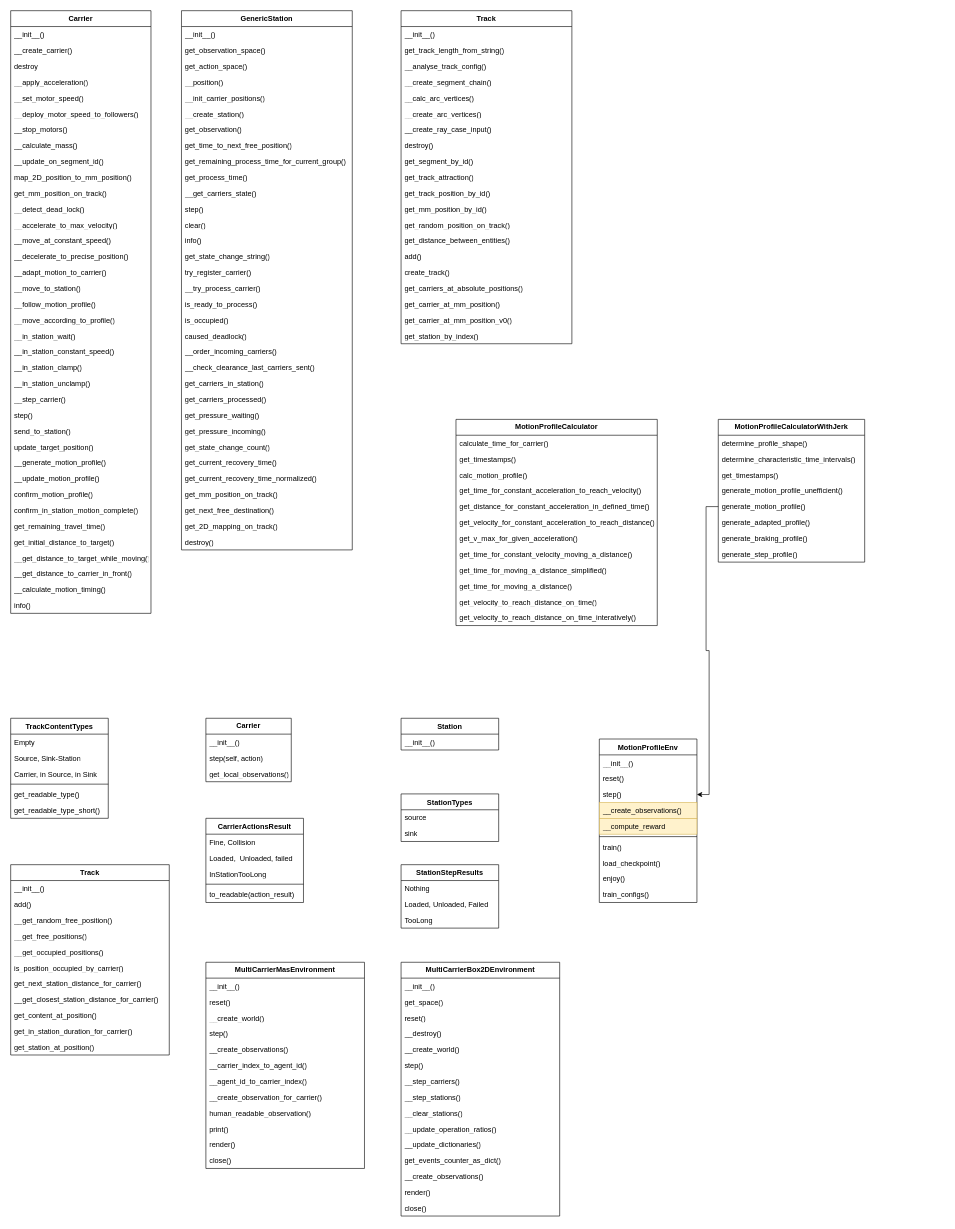
RiemannLee19/UMLs keeps this draw.io diagram as MultiCarrier.drawio. Above is the earlier version. Source tidied: cells renumbered, new cells numbered last; positions are measured from the earlier drawing's top-left corner, leaving out a move shared by most shapes. Both pictures are drawn from the tidied source at 61%, with x=0, y=0 at pixel (10, 10).
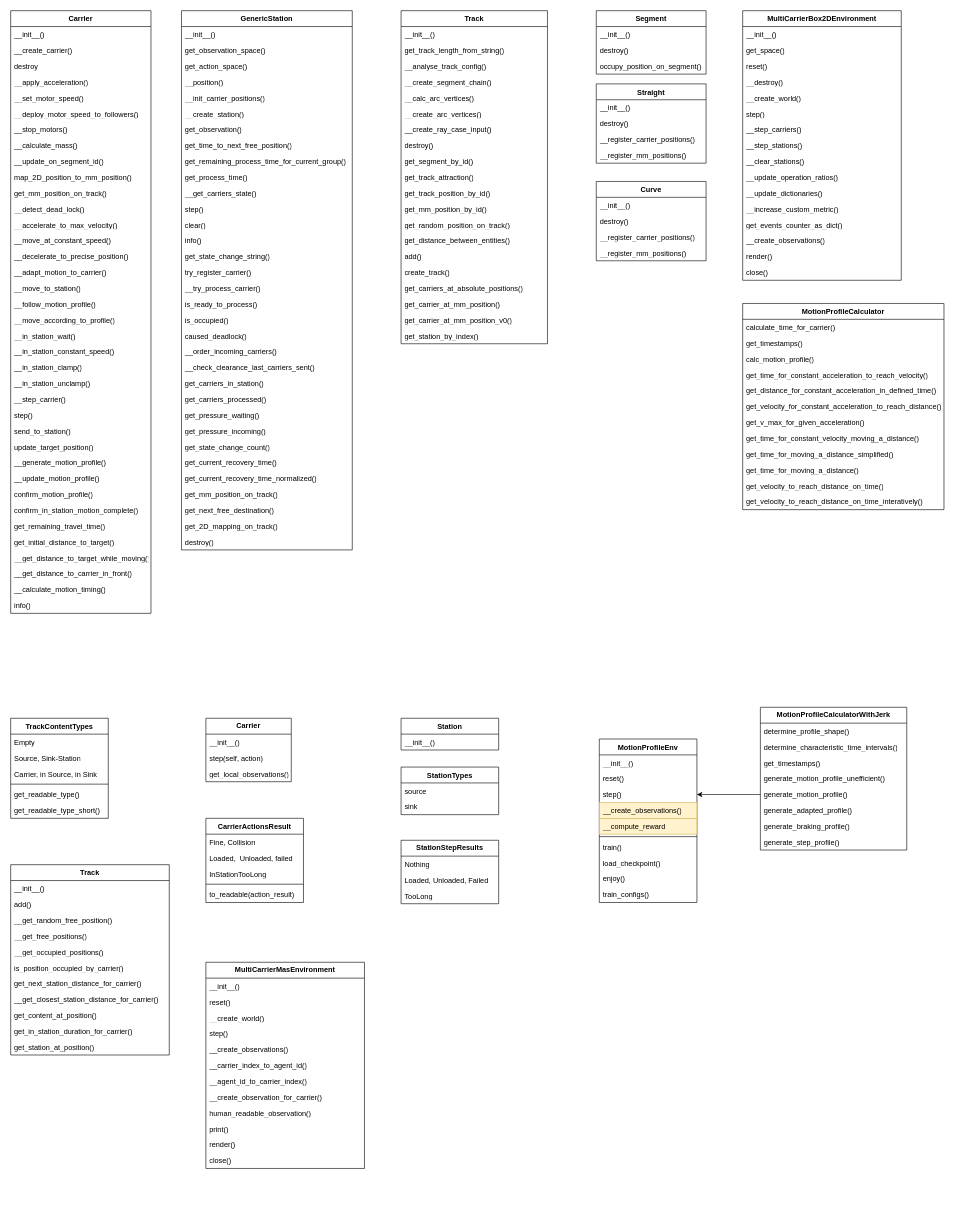
The same page after the edit.

Change to the diagram source:
```diff
@@
     <mxCell id="71" value="&lt;b&gt;StationStepResults&lt;/b&gt;" style="swimlane;fontStyle=0;horizontal=1;startSize=26;fillColor=none;whiteSpace=wrap;html=1;" parent="1" vertex="1">
-      <mxGeometry x="640" y="1400" width="160" height="104" as="geometry" />
+      <mxGeometry x="640" y="1360" width="160" height="104" as="geometry" />
     </mxCell>
@@
     <mxCell id="75" value="StationTypes" style="swimlane;fontStyle=1;align=center;verticalAlign=top;horizontal=1;startSize=26;whiteSpace=wrap;html=1;" parent="1" vertex="1">
-      <mxGeometry x="640" y="1284" width="160" height="78" as="geometry" />
+      <mxGeometry x="640" y="1240" width="160" height="78" as="geometry" />
     </mxCell>
@@
     <mxCell id="91" value="&lt;b&gt;MotionProfileCalculatorWithJerk&lt;/b&gt;" style="swimlane;fontStyle=0;horizontal=1;startSize=26;fillColor=none;whiteSpace=wrap;html=1;" parent="1" vertex="1">
-      <mxGeometry x="1160" y="670" width="240" height="234" as="geometry" />
+      <mxGeometry x="1229" y="1142" width="240" height="234" as="geometry" />
     </mxCell>
@@
     <mxCell id="100" value="&lt;b&gt;MotionProfileCalculator&lt;/b&gt;" style="swimlane;fontStyle=0;horizontal=1;startSize=26;fillColor=none;whiteSpace=wrap;html=1;" parent="1" vertex="1">
-      <mxGeometry x="730" y="670" width="330" height="338" as="geometry" />
+      <mxGeometry x="1200" y="480" width="330" height="338" as="geometry" />
     </mxCell>
@@
     <mxCell id="113" value="&lt;b&gt;MultiCarrierBox2DEnvironment&lt;/b&gt;" style="swimlane;fontStyle=0;horizontal=1;startSize=26;fillColor=none;whiteSpace=wrap;html=1;" parent="1" vertex="1">
-      <mxGeometry x="640" y="1560" width="260" height="416" as="geometry" />
+      <mxGeometry x="1200" width="260" height="442" as="geometry" />
     </mxCell>
@@
+    <mxCell id="196" value="__increase_custom_metric()" style="text;strokeColor=none;fillColor=none;align=left;verticalAlign=top;spacingLeft=4;spacingRight=4;overflow=hidden;whiteSpace=wrap;html=1;" parent="113" vertex="1">
+      <mxGeometry y="312" width="260" height="26" as="geometry" />
+    </mxCell>
     <mxCell id="125" value="get_events_counter_as_dict()" style="text;strokeColor=none;fillColor=none;align=left;verticalAlign=top;spacingLeft=4;spacingRight=4;overflow=hidden;whiteSpace=wrap;html=1;" parent="113" vertex="1">
-      <mxGeometry y="312" width="260" height="26" as="geometry" />
+      <mxGeometry y="338" width="260" height="26" as="geometry" />
     </mxCell>
     <mxCell id="126" value="__create_observations()" style="text;strokeColor=none;fillColor=none;align=left;verticalAlign=top;spacingLeft=4;spacingRight=4;overflow=hidden;whiteSpace=wrap;html=1;" parent="113" vertex="1">
-      <mxGeometry y="338" width="260" height="26" as="geometry" />
+      <mxGeometry y="364" width="260" height="26" as="geometry" />
     </mxCell>
     <mxCell id="127" value="render()" style="text;strokeColor=none;fillColor=none;align=left;verticalAlign=top;spacingLeft=4;spacingRight=4;overflow=hidden;whiteSpace=wrap;html=1;" parent="113" vertex="1">
-      <mxGeometry y="364" width="260" height="26" as="geometry" />
+      <mxGeometry y="390" width="260" height="26" as="geometry" />
     </mxCell>
     <mxCell id="128" value="close()" style="text;strokeColor=none;fillColor=none;align=left;verticalAlign=top;spacingLeft=4;spacingRight=4;overflow=hidden;whiteSpace=wrap;html=1;" parent="113" vertex="1">
-      <mxGeometry y="390" width="260" height="26" as="geometry" />
+      <mxGeometry y="416" width="260" height="26" as="geometry" />
     </mxCell>
@@
     <mxCell id="163" value="&lt;b&gt;Track&lt;/b&gt;" style="swimlane;fontStyle=0;horizontal=1;startSize=26;fillColor=none;whiteSpace=wrap;html=1;" parent="1" vertex="1">
-      <mxGeometry x="640" width="280" height="546" as="geometry" />
+      <mxGeometry x="640" width="240" height="546" as="geometry" />
     </mxCell>
     <mxCell id="164" value="__init__()" style="text;strokeColor=none;fillColor=none;align=left;verticalAlign=top;spacingLeft=4;spacingRight=4;overflow=hidden;whiteSpace=wrap;html=1;" parent="163" vertex="1">
-      <mxGeometry y="26" width="280" height="26" as="geometry" />
+      <mxGeometry y="26" width="240" height="26" as="geometry" />
     </mxCell>
     <mxCell id="165" value="get_track_length_from_string()" style="text;strokeColor=none;fillColor=none;align=left;verticalAlign=top;spacingLeft=4;spacingRight=4;overflow=hidden;whiteSpace=wrap;html=1;" parent="163" vertex="1">
-      <mxGeometry y="52" width="280" height="26" as="geometry" />
+      <mxGeometry y="52" width="240" height="26" as="geometry" />
     </mxCell>
     <mxCell id="166" value="__analyse_track_config()" style="text;strokeColor=none;fillColor=none;align=left;verticalAlign=top;spacingLeft=4;spacingRight=4;overflow=hidden;whiteSpace=wrap;html=1;" parent="163" vertex="1">
-      <mxGeometry y="78" width="280" height="26" as="geometry" />
+      <mxGeometry y="78" width="240" height="26" as="geometry" />
     </mxCell>
     <mxCell id="167" value="__create_segment_chain()" style="text;strokeColor=none;fillColor=none;align=left;verticalAlign=top;spacingLeft=4;spacingRight=4;overflow=hidden;whiteSpace=wrap;html=1;" parent="163" vertex="1">
-      <mxGeometry y="104" width="280" height="26" as="geometry" />
+      <mxGeometry y="104" width="240" height="26" as="geometry" />
     </mxCell>
     <mxCell id="168" value="__calc_arc_vertices()" style="text;strokeColor=none;fillColor=none;align=left;verticalAlign=top;spacingLeft=4;spacingRight=4;overflow=hidden;whiteSpace=wrap;html=1;" parent="163" vertex="1">
-      <mxGeometry y="130" width="280" height="26" as="geometry" />
+      <mxGeometry y="130" width="240" height="26" as="geometry" />
     </mxCell>
     <mxCell id="169" value="__create_arc_vertices()" style="text;strokeColor=none;fillColor=none;align=left;verticalAlign=top;spacingLeft=4;spacingRight=4;overflow=hidden;whiteSpace=wrap;html=1;" parent="163" vertex="1">
-      <mxGeometry y="156" width="280" height="26" as="geometry" />
+      <mxGeometry y="156" width="240" height="26" as="geometry" />
     </mxCell>
     <mxCell id="170" value="__create_ray_case_input()" style="text;strokeColor=none;fillColor=none;align=left;verticalAlign=top;spacingLeft=4;spacingRight=4;overflow=hidden;whiteSpace=wrap;html=1;" parent="163" vertex="1">
-      <mxGeometry y="182" width="280" height="26" as="geometry" />
+      <mxGeometry y="182" width="240" height="26" as="geometry" />
     </mxCell>
     <mxCell id="171" value="destroy()" style="text;strokeColor=none;fillColor=none;align=left;verticalAlign=top;spacingLeft=4;spacingRight=4;overflow=hidden;whiteSpace=wrap;html=1;" parent="163" vertex="1">
-      <mxGeometry y="208" width="280" height="26" as="geometry" />
+      <mxGeometry y="208" width="240" height="26" as="geometry" />
     </mxCell>
     <mxCell id="172" value="get_segment_by_id()" style="text;strokeColor=none;fillColor=none;align=left;verticalAlign=top;spacingLeft=4;spacingRight=4;overflow=hidden;whiteSpace=wrap;html=1;" parent="163" vertex="1">
-      <mxGeometry y="234" width="280" height="26" as="geometry" />
+      <mxGeometry y="234" width="240" height="26" as="geometry" />
     </mxCell>
     <mxCell id="173" value="get_track_attraction()" style="text;strokeColor=none;fillColor=none;align=left;verticalAlign=top;spacingLeft=4;spacingRight=4;overflow=hidden;whiteSpace=wrap;html=1;" parent="163" vertex="1">
-      <mxGeometry y="260" width="280" height="26" as="geometry" />
+      <mxGeometry y="260" width="240" height="26" as="geometry" />
     </mxCell>
     <mxCell id="174" value="get_track_position_by_id()" style="text;strokeColor=none;fillColor=none;align=left;verticalAlign=top;spacingLeft=4;spacingRight=4;overflow=hidden;whiteSpace=wrap;html=1;" parent="163" vertex="1">
-      <mxGeometry y="286" width="280" height="26" as="geometry" />
+      <mxGeometry y="286" width="240" height="26" as="geometry" />
     </mxCell>
     <mxCell id="175" value="get_mm_position_by_id()" style="text;strokeColor=none;fillColor=none;align=left;verticalAlign=top;spacingLeft=4;spacingRight=4;overflow=hidden;whiteSpace=wrap;html=1;" parent="163" vertex="1">
-      <mxGeometry y="312" width="280" height="26" as="geometry" />
+      <mxGeometry y="312" width="240" height="26" as="geometry" />
     </mxCell>
     <mxCell id="176" value="get_random_position_on_track()" style="text;strokeColor=none;fillColor=none;align=left;verticalAlign=top;spacingLeft=4;spacingRight=4;overflow=hidden;whiteSpace=wrap;html=1;" parent="163" vertex="1">
-      <mxGeometry y="338" width="280" height="26" as="geometry" />
+      <mxGeometry y="338" width="240" height="26" as="geometry" />
     </mxCell>
     <mxCell id="177" value="get_distance_between_entities()" style="text;strokeColor=none;fillColor=none;align=left;verticalAlign=top;spacingLeft=4;spacingRight=4;overflow=hidden;whiteSpace=wrap;html=1;" parent="163" vertex="1">
-      <mxGeometry y="364" width="280" height="26" as="geometry" />
+      <mxGeometry y="364" width="240" height="26" as="geometry" />
     </mxCell>
     <mxCell id="178" value="add()" style="text;strokeColor=none;fillColor=none;align=left;verticalAlign=top;spacingLeft=4;spacingRight=4;overflow=hidden;whiteSpace=wrap;html=1;" parent="163" vertex="1">
-      <mxGeometry y="390" width="280" height="26" as="geometry" />
+      <mxGeometry y="390" width="240" height="26" as="geometry" />
     </mxCell>
     <mxCell id="179" value="create_track()" style="text;strokeColor=none;fillColor=none;align=left;verticalAlign=top;spacingLeft=4;spacingRight=4;overflow=hidden;whiteSpace=wrap;html=1;" parent="163" vertex="1">
-      <mxGeometry y="416" width="280" height="26" as="geometry" />
+      <mxGeometry y="416" width="240" height="26" as="geometry" />
     </mxCell>
     <mxCell id="180" value="get_carriers_at_absolute_positions()" style="text;strokeColor=none;fillColor=none;align=left;verticalAlign=top;spacingLeft=4;spacingRight=4;overflow=hidden;whiteSpace=wrap;html=1;" parent="163" vertex="1">
-      <mxGeometry y="442" width="280" height="26" as="geometry" />
+      <mxGeometry y="442" width="240" height="26" as="geometry" />
     </mxCell>
     <mxCell id="181" value="get_carrier_at_mm_position()" style="text;strokeColor=none;fillColor=none;align=left;verticalAlign=top;spacingLeft=4;spacingRight=4;overflow=hidden;whiteSpace=wrap;html=1;" parent="163" vertex="1">
-      <mxGeometry y="468" width="280" height="26" as="geometry" />
+      <mxGeometry y="468" width="240" height="26" as="geometry" />
     </mxCell>
     <mxCell id="182" value="get_carrier_at_mm_position_v0()" style="text;strokeColor=none;fillColor=none;align=left;verticalAlign=top;spacingLeft=4;spacingRight=4;overflow=hidden;whiteSpace=wrap;html=1;" parent="163" vertex="1">
-      <mxGeometry y="494" width="280" height="26" as="geometry" />
+      <mxGeometry y="494" width="240" height="26" as="geometry" />
     </mxCell>
     <mxCell id="183" value="get_station_by_index()" style="text;strokeColor=none;fillColor=none;align=left;verticalAlign=top;spacingLeft=4;spacingRight=4;overflow=hidden;whiteSpace=wrap;html=1;" parent="163" vertex="1">
-      <mxGeometry y="520" width="280" height="26" as="geometry" />
+      <mxGeometry y="520" width="240" height="26" as="geometry" />
     </mxCell>
@@
+    <mxCell id="197" value="Segment" style="swimlane;fontStyle=1;align=center;verticalAlign=top;horizontal=1;startSize=26;whiteSpace=wrap;html=1;" parent="1" vertex="1">
+      <mxGeometry x="960" width="180" height="104" as="geometry" />
+    </mxCell>
+    <mxCell id="198" value="__init__()" style="text;strokeColor=none;fillColor=none;align=left;verticalAlign=top;spacingLeft=4;spacingRight=4;overflow=hidden;whiteSpace=wrap;html=1;" parent="197" vertex="1">
+      <mxGeometry y="26" width="180" height="26" as="geometry" />
+    </mxCell>
+    <mxCell id="199" value="destroy()" style="text;strokeColor=none;fillColor=none;align=left;verticalAlign=top;spacingLeft=4;spacingRight=4;overflow=hidden;whiteSpace=wrap;html=1;" parent="197" vertex="1">
+      <mxGeometry y="52" width="180" height="26" as="geometry" />
+    </mxCell>
+    <mxCell id="200" value="occupy_position_on_segment()" style="text;strokeColor=none;fillColor=none;align=left;verticalAlign=top;spacingLeft=4;spacingRight=4;overflow=hidden;whiteSpace=wrap;html=1;" parent="197" vertex="1">
+      <mxGeometry y="78" width="180" height="26" as="geometry" />
+    </mxCell>
+    <mxCell id="201" value="Straight" style="swimlane;fontStyle=1;align=center;verticalAlign=top;horizontal=1;startSize=26;whiteSpace=wrap;html=1;" parent="1" vertex="1">
+      <mxGeometry x="960" y="120" width="180" height="130" as="geometry" />
+    </mxCell>
+    <mxCell id="202" value="__init__()" style="text;strokeColor=none;fillColor=none;align=left;verticalAlign=top;spacingLeft=4;spacingRight=4;overflow=hidden;whiteSpace=wrap;html=1;" parent="201" vertex="1">
+      <mxGeometry y="26" width="180" height="26" as="geometry" />
+    </mxCell>
+    <mxCell id="203" value="destroy()" style="text;strokeColor=none;fillColor=none;align=left;verticalAlign=top;spacingLeft=4;spacingRight=4;overflow=hidden;whiteSpace=wrap;html=1;" parent="201" vertex="1">
+      <mxGeometry y="52" width="180" height="26" as="geometry" />
+    </mxCell>
+    <mxCell id="204" value="__register_carrier_positions()" style="text;strokeColor=none;fillColor=none;align=left;verticalAlign=top;spacingLeft=4;spacingRight=4;overflow=hidden;whiteSpace=wrap;html=1;" parent="201" vertex="1">
+      <mxGeometry y="78" width="180" height="26" as="geometry" />
+    </mxCell>
+    <mxCell id="205" value="__register_mm_positions()" style="text;strokeColor=none;fillColor=none;align=left;verticalAlign=top;spacingLeft=4;spacingRight=4;overflow=hidden;whiteSpace=wrap;html=1;" parent="201" vertex="1">
+      <mxGeometry y="104" width="180" height="26" as="geometry" />
+    </mxCell>
+    <mxCell id="206" value="Curve" style="swimlane;fontStyle=1;align=center;verticalAlign=top;horizontal=1;startSize=26;whiteSpace=wrap;html=1;" parent="1" vertex="1">
+      <mxGeometry x="960" y="280" width="180" height="130" as="geometry" />
+    </mxCell>
+    <mxCell id="207" value="__init__()" style="text;strokeColor=none;fillColor=none;align=left;verticalAlign=top;spacingLeft=4;spacingRight=4;overflow=hidden;whiteSpace=wrap;html=1;" parent="206" vertex="1">
+      <mxGeometry y="26" width="180" height="26" as="geometry" />
+    </mxCell>
+    <mxCell id="208" value="destroy()" style="text;strokeColor=none;fillColor=none;align=left;verticalAlign=top;spacingLeft=4;spacingRight=4;overflow=hidden;whiteSpace=wrap;html=1;" parent="206" vertex="1">
+      <mxGeometry y="52" width="180" height="26" as="geometry" />
+    </mxCell>
+    <mxCell id="209" value="__register_carrier_positions()" style="text;strokeColor=none;fillColor=none;align=left;verticalAlign=top;spacingLeft=4;spacingRight=4;overflow=hidden;whiteSpace=wrap;html=1;" parent="206" vertex="1">
+      <mxGeometry y="78" width="180" height="26" as="geometry" />
+    </mxCell>
+    <mxCell id="210" value="__register_mm_positions()" style="text;strokeColor=none;fillColor=none;align=left;verticalAlign=top;spacingLeft=4;spacingRight=4;overflow=hidden;whiteSpace=wrap;html=1;" parent="206" vertex="1">
+      <mxGeometry y="104" width="180" height="26" as="geometry" />
+    </mxCell>
```
